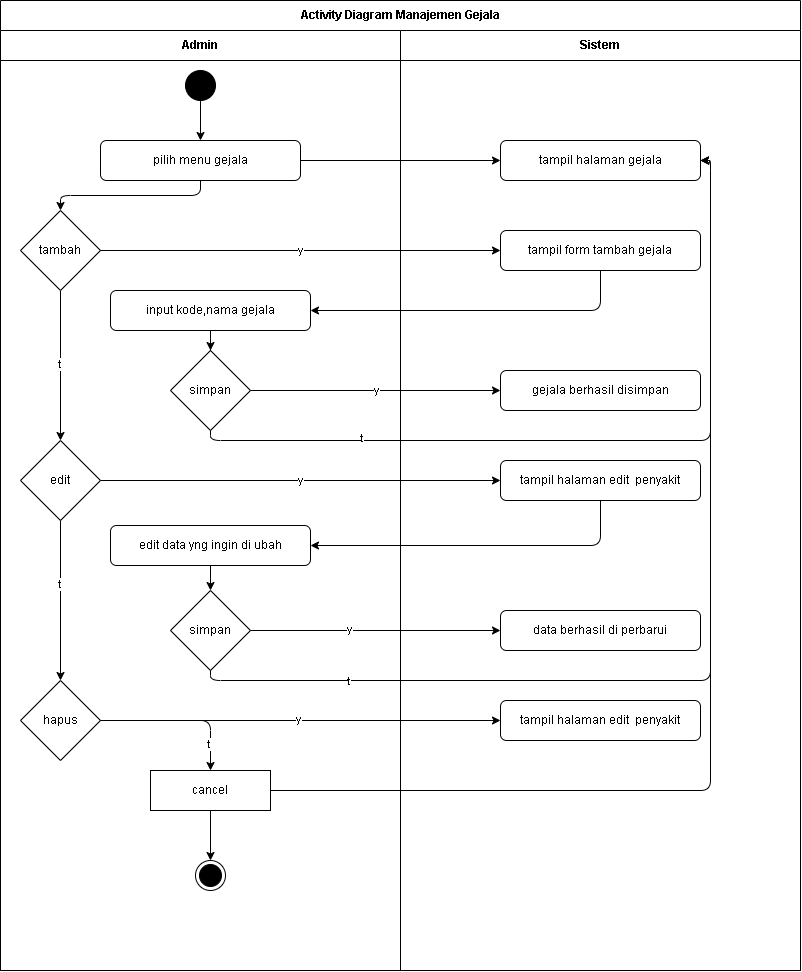
Jinsky/Jinsky keeps this draw.io diagram as diagram/activity/admin_gejala.png. Above is the earlier version. Source tidied: cells renumbered, new cells last; positions are measured from the earlier drawing's top-left corner, leaving out a move shared by most shapes.
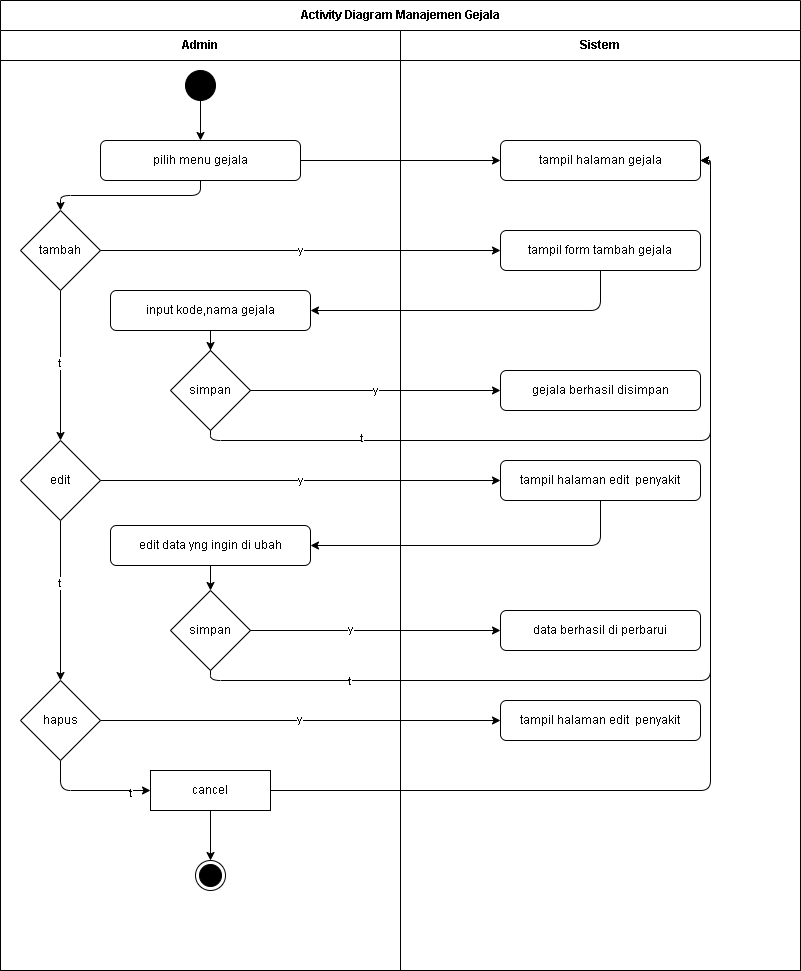
After the commit.

Commit message:
refactor: update diagram dimensions and improve edge definitions in admin and user flow diagrams

Change to the diagram source:
```diff
@@ -53,7 +53,7 @@
     <mxCell id="18" value="&lt;span style=&quot;color: rgb(0, 0, 0);&quot;&gt;edit data yng ingin di ubah&lt;/span&gt;" style="rounded=1;whiteSpace=wrap;html=1;" parent="3" vertex="1">
       <mxGeometry x="110" y="495" width="200" height="40" as="geometry" />
     </mxCell>
-    <mxCell id="19" style="edgeStyle=orthogonalEdgeStyle;html=1;entryX=0.5;entryY=0;entryDx=0;entryDy=0;exitX=1;exitY=0.5;exitDx=0;exitDy=0;" parent="3" edge="1" source="21" target="23">
+    <mxCell id="19" style="edgeStyle=orthogonalEdgeStyle;html=1;entryX=0;entryY=0.5;entryDx=0;entryDy=0;exitX=0.5;exitY=1;exitDx=0;exitDy=0;" parent="3" edge="1" source="21" target="23">
       <mxGeometry relative="1" as="geometry" />
     </mxCell>
     <mxCell id="20" value="t" style="edgeLabel;html=1;align=center;verticalAlign=middle;" parent="19" vertex="1">
```
